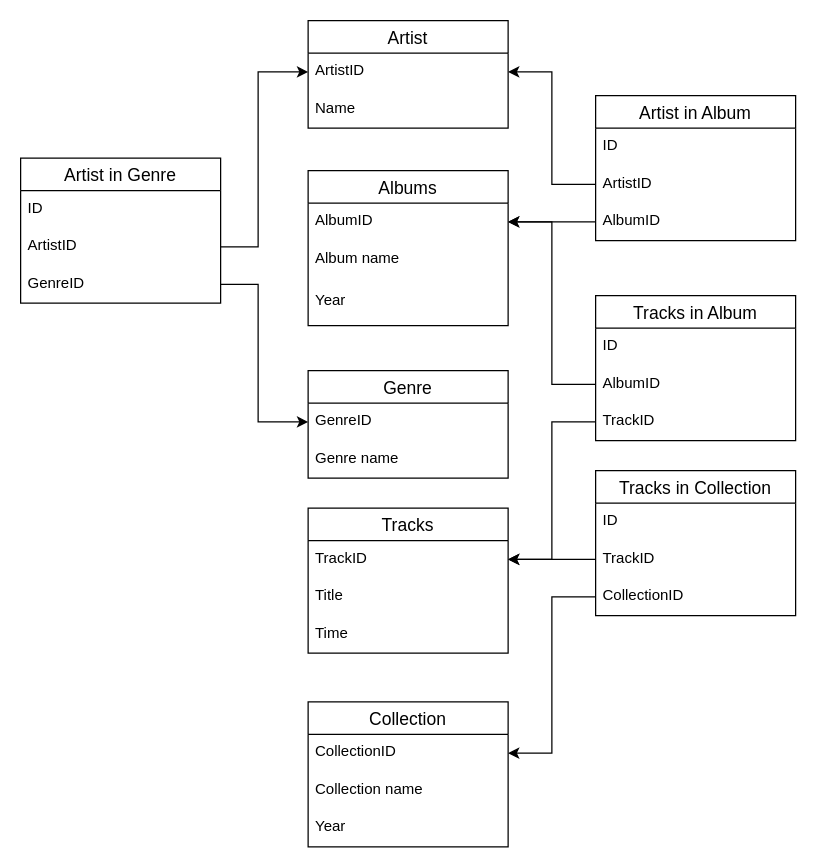
This is music_shop 1.drawio from AntonVetoshkin/Music_shop, a draw.io file, before an edit. Source tidied: cells renumbered, new cells numbered last; positions are measured from the earlier drawing's top-left corner, leaving out a move shared by most shapes. Both pictures are drawn from the tidied source at 125%, with x=0, y=0 at pixel (20, 20).
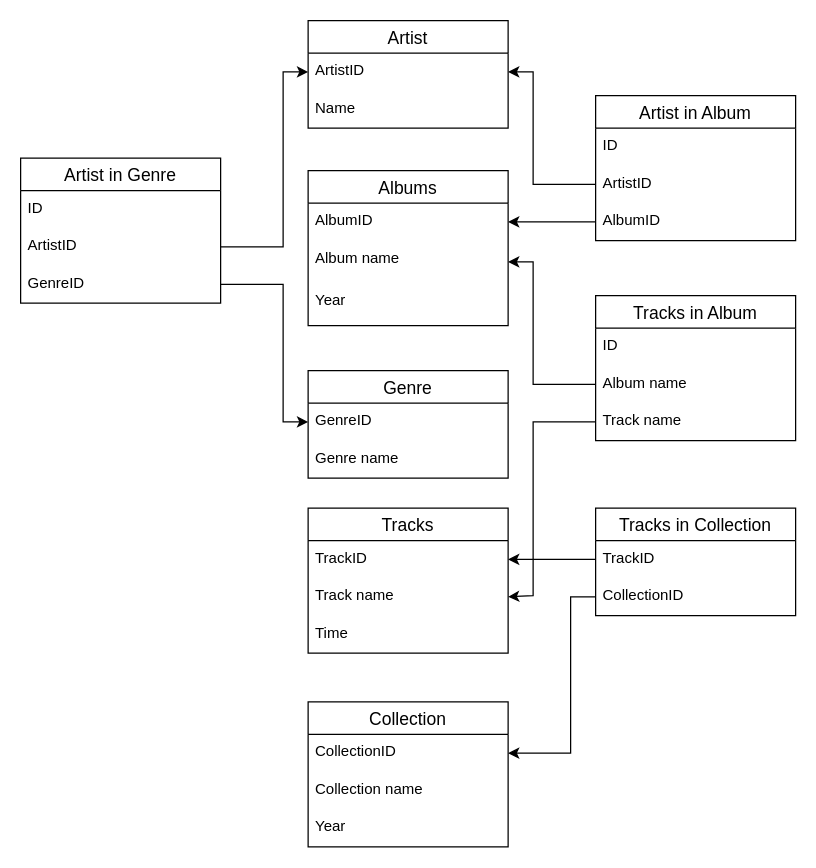
The same diagram, later.

Unchanged cells that the change refers to:
```xml
<mxCell id="3" value="AlbumID" style="text;strokeColor=none;fillColor=none;spacingLeft=4;spacingRight=4;overflow=hidden;points=[[0,0.5],[1,0.5]];portConstraint=eastwest;fontSize=12;" parent="2" vertex="1">
  <mxGeometry y="26" width="160" height="30" as="geometry" />
</mxCell>
<mxCell id="4" value="Album name" style="text;strokeColor=none;fillColor=none;spacingLeft=4;spacingRight=4;overflow=hidden;points=[[0,0.5],[1,0.5]];portConstraint=eastwest;fontSize=12;" parent="2" vertex="1">
  <mxGeometry y="56" width="160" height="34" as="geometry" />
</mxCell>
<mxCell id="6" value="Tracks" style="swimlane;fontStyle=0;horizontal=1;startSize=26;align=center;fontSize=14;" parent="1" vertex="1">
  <mxGeometry x="230" y="390" width="160" height="116" as="geometry" />
</mxCell>
<mxCell id="7" value="TrackID" style="text;strokeColor=none;fillColor=none;spacingLeft=4;spacingRight=4;overflow=hidden;points=[[0,0.5],[1,0.5]];portConstraint=eastwest;fontSize=12;" parent="6" vertex="1">
  <mxGeometry y="26" width="160" height="30" as="geometry" />
</mxCell>
<mxCell id="11" value="GenreID" style="text;strokeColor=none;fillColor=none;spacingLeft=4;spacingRight=4;overflow=hidden;points=[[0,0.5],[1,0.5]];portConstraint=eastwest;fontSize=12;" parent="10" vertex="1">
  <mxGeometry y="26" width="160" height="30" as="geometry" />
</mxCell>
<mxCell id="14" value="ArtistID" style="text;strokeColor=none;fillColor=none;spacingLeft=4;spacingRight=4;overflow=hidden;points=[[0,0.5],[1,0.5]];portConstraint=eastwest;fontSize=12;" parent="13" vertex="1">
  <mxGeometry y="26" width="160" height="30" as="geometry" />
</mxCell>
<mxCell id="18" value="CollectionID" style="text;strokeColor=none;fillColor=none;spacingLeft=4;spacingRight=4;overflow=hidden;points=[[0,0.5],[1,0.5]];portConstraint=eastwest;fontSize=12;" parent="17" vertex="1">
  <mxGeometry y="26" width="160" height="30" as="geometry" />
</mxCell>
<mxCell id="27" value="ArtistID" style="text;strokeColor=none;fillColor=none;spacingLeft=4;spacingRight=4;overflow=hidden;points=[[0,0.5],[1,0.5]];portConstraint=eastwest;fontSize=12;" parent="25" vertex="1">
  <mxGeometry y="56" width="160" height="30" as="geometry" />
</mxCell>
<mxCell id="31" value="ArtistID" style="text;strokeColor=none;fillColor=none;spacingLeft=4;spacingRight=4;overflow=hidden;points=[[0,0.5],[1,0.5]];portConstraint=eastwest;fontSize=12;" parent="29" vertex="1">
  <mxGeometry y="56" width="160" height="30" as="geometry" />
</mxCell>
<mxCell id="32" value="GenreID" style="text;strokeColor=none;fillColor=none;spacingLeft=4;spacingRight=4;overflow=hidden;points=[[0,0.5],[1,0.5]];portConstraint=eastwest;fontSize=12;" parent="29" vertex="1">
  <mxGeometry y="86" width="160" height="30" as="geometry" />
</mxCell>
<mxCell id="37" value="Tracks in Album" style="swimlane;fontStyle=0;horizontal=1;startSize=26;align=center;fontSize=14;" parent="1" vertex="1">
  <mxGeometry x="460" y="220" width="160" height="116" as="geometry" />
</mxCell>
```

Diff of the diagram source:
```diff
@@
-    <mxCell id="8" value="Title" style="text;strokeColor=none;fillColor=none;spacingLeft=4;spacingRight=4;overflow=hidden;points=[[0,0.5],[1,0.5]];portConstraint=eastwest;fontSize=12;" parent="6" vertex="1">
+    <mxCell id="8" value="Track name" style="text;strokeColor=none;fillColor=none;spacingLeft=4;spacingRight=4;overflow=hidden;points=[[0,0.5],[1,0.5]];portConstraint=eastwest;fontSize=12;" parent="6" vertex="1">
       <mxGeometry y="56" width="160" height="30" as="geometry" />
     </mxCell>
@@
     <mxCell id="21" value="Tracks in Collection" style="swimlane;fontStyle=0;horizontal=1;startSize=26;align=center;fontSize=14;" parent="1" vertex="1">
-      <mxGeometry x="460" y="360" width="160" height="116" as="geometry" />
+      <mxGeometry x="460" y="390" width="160" height="86" as="geometry" />
     </mxCell>
-    <mxCell id="22" value="ID" style="text;strokeColor=none;fillColor=none;spacingLeft=4;spacingRight=4;overflow=hidden;fontSize=12;" parent="21" vertex="1">
-      <mxGeometry y="26" width="160" height="30" as="geometry" />
-    </mxCell>
     <mxCell id="23" value="TrackID" style="text;strokeColor=none;fillColor=none;spacingLeft=4;spacingRight=4;overflow=hidden;points=[[0,0.5],[1,0.5]];portConstraint=eastwest;fontSize=12;" parent="21" vertex="1">
-      <mxGeometry y="56" width="160" height="30" as="geometry" />
+      <mxGeometry y="26" width="160" height="30" as="geometry" />
     </mxCell>
     <mxCell id="24" value="CollectionID" style="text;strokeColor=none;fillColor=none;spacingLeft=4;spacingRight=4;overflow=hidden;points=[[0,0.5],[1,0.5]];portConstraint=eastwest;fontSize=12;" parent="21" vertex="1">
-      <mxGeometry y="86" width="160" height="30" as="geometry" />
+      <mxGeometry y="56" width="160" height="30" as="geometry" />
     </mxCell>
@@
     <mxCell id="33" style="edgeStyle=orthogonalEdgeStyle;rounded=0;jettySize=auto;html=1;exitX=0;exitY=0.5;exitDx=0;exitDy=0;entryX=1;entryY=0.5;entryDx=0;entryDy=0;" parent="1" edge="1" source="27" target="14">
-      <mxGeometry relative="1" as="geometry" />
+      <mxGeometry relative="1" as="geometry">
+        <Array as="points">
+          <mxPoint x="410" y="131" />
+          <mxPoint x="410" y="41" />
+        </Array>
+      </mxGeometry>
     </mxCell>
@@
     <mxCell id="35" style="edgeStyle=orthogonalEdgeStyle;rounded=0;jettySize=auto;html=1;exitX=1;exitY=0.5;exitDx=0;exitDy=0;entryX=0;entryY=0.5;entryDx=0;entryDy=0;" parent="1" edge="1" source="31" target="14">
       <mxGeometry relative="1" as="geometry">
         <Array as="points">
-          <mxPoint x="190" y="181" />
-          <mxPoint x="190" y="41" />
+          <mxPoint x="210" y="181" />
+          <mxPoint x="210" y="41" />
         </Array>
       </mxGeometry>
     </mxCell>
@@
-    <mxCell id="39" value="AlbumID" style="text;strokeColor=none;fillColor=none;spacingLeft=4;spacingRight=4;overflow=hidden;points=[[0,0.5],[1,0.5]];portConstraint=eastwest;fontSize=12;" parent="37" vertex="1">
+    <mxCell id="39" value="Album name" style="text;strokeColor=none;fillColor=none;spacingLeft=4;spacingRight=4;overflow=hidden;points=[[0,0.5],[1,0.5]];portConstraint=eastwest;fontSize=12;" parent="37" vertex="1">
       <mxGeometry y="56" width="160" height="30" as="geometry" />
     </mxCell>
-    <mxCell id="40" value="TrackID" style="text;strokeColor=none;fillColor=none;spacingLeft=4;spacingRight=4;overflow=hidden;points=[[0,0.5],[1,0.5]];portConstraint=eastwest;fontSize=12;" parent="37" vertex="1">
+    <mxCell id="40" value="Track name" style="text;strokeColor=none;fillColor=none;spacingLeft=4;spacingRight=4;overflow=hidden;points=[[0,0.5],[1,0.5]];portConstraint=eastwest;fontSize=12;" parent="37" vertex="1">
       <mxGeometry y="86" width="160" height="30" as="geometry" />
     </mxCell>
-    <mxCell id="41" style="edgeStyle=orthogonalEdgeStyle;rounded=0;jettySize=auto;html=1;exitX=0;exitY=0.5;exitDx=0;exitDy=0;entryX=1;entryY=0.5;entryDx=0;entryDy=0;" parent="1" edge="1" source="40" target="7">
-      <mxGeometry relative="1" as="geometry" />
+    <mxCell id="41" style="edgeStyle=orthogonalEdgeStyle;rounded=0;jettySize=auto;html=1;exitX=0;exitY=0.5;exitDx=0;exitDy=0;entryX=1;entryY=0.5;entryDx=0;entryDy=0;" parent="1" edge="1" source="40" target="8">
+      <mxGeometry relative="1" as="geometry">
+        <Array as="points">
+          <mxPoint x="410" y="321" />
+          <mxPoint x="410" y="460" />
+        </Array>
+      </mxGeometry>
     </mxCell>
-    <mxCell id="42" style="edgeStyle=orthogonalEdgeStyle;rounded=0;jettySize=auto;html=1;exitX=0;exitY=0.5;exitDx=0;exitDy=0;entryX=1;entryY=0.5;entryDx=0;entryDy=0;" parent="1" edge="1" source="39" target="3">
-      <mxGeometry relative="1" as="geometry" />
+    <mxCell id="42" style="edgeStyle=orthogonalEdgeStyle;rounded=0;jettySize=auto;html=1;exitX=0;exitY=0.5;exitDx=0;exitDy=0;entryX=1;entryY=0.5;entryDx=0;entryDy=0;" parent="1" edge="1" source="39" target="4">
+      <mxGeometry relative="1" as="geometry">
+        <Array as="points">
+          <mxPoint x="410" y="291" />
+          <mxPoint x="410" y="193" />
+        </Array>
+      </mxGeometry>
     </mxCell>
     <mxCell id="43" style="edgeStyle=orthogonalEdgeStyle;rounded=0;jettySize=auto;html=1;exitX=0;exitY=0.5;exitDx=0;exitDy=0;entryX=1;entryY=0.5;entryDx=0;entryDy=0;" parent="1" edge="1" source="24" target="18">
-      <mxGeometry relative="1" as="geometry" />
+      <mxGeometry relative="1" as="geometry">
+        <Array as="points">
+          <mxPoint x="440" y="461" />
+          <mxPoint x="440" y="586" />
+        </Array>
+      </mxGeometry>
     </mxCell>
     <mxCell id="44" style="edgeStyle=orthogonalEdgeStyle;rounded=0;jettySize=auto;html=1;exitX=1;exitY=0.5;exitDx=0;exitDy=0;entryX=0;entryY=0.5;entryDx=0;entryDy=0;" parent="1" edge="1" source="32" target="11">
       <mxGeometry relative="1" as="geometry">
         <Array as="points">
-          <mxPoint x="190" y="211" />
-          <mxPoint x="190" y="321" />
+          <mxPoint x="210" y="211" />
+          <mxPoint x="210" y="321" />
         </Array>
       </mxGeometry>
     </mxCell>
```
